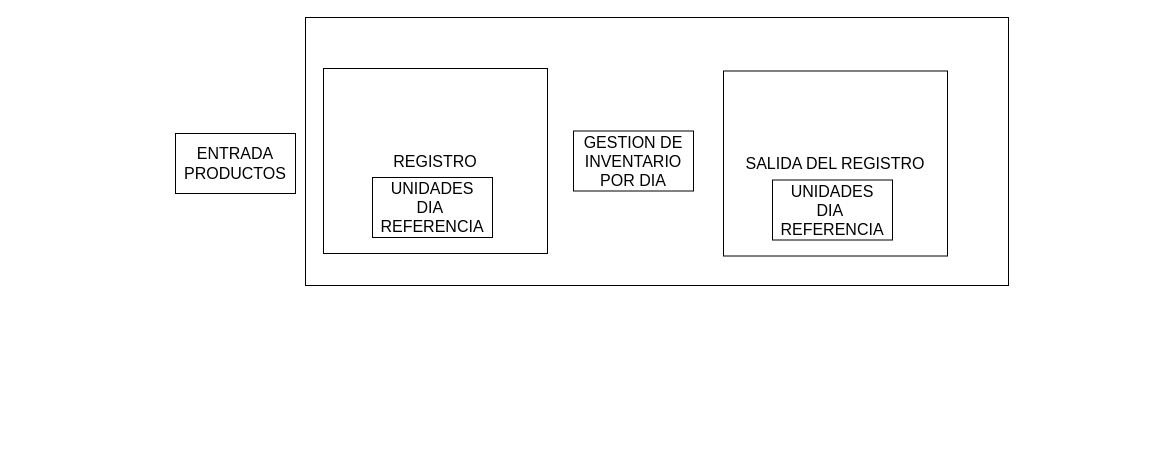
Above: page "Página-1" (1 of 2) of MODELOS DE SIMULACION.drawio in EstebanGitPro/AdminFinanazas (draw.io), before the change. Source tidied: cells renumbered, new cells numbered last; positions are measured from the earlier drawing's top-left corner, leaving out a move shared by most shapes. Both pictures are drawn from the tidied source at 100%, with x=0, y=0 at pixel (175, 17).
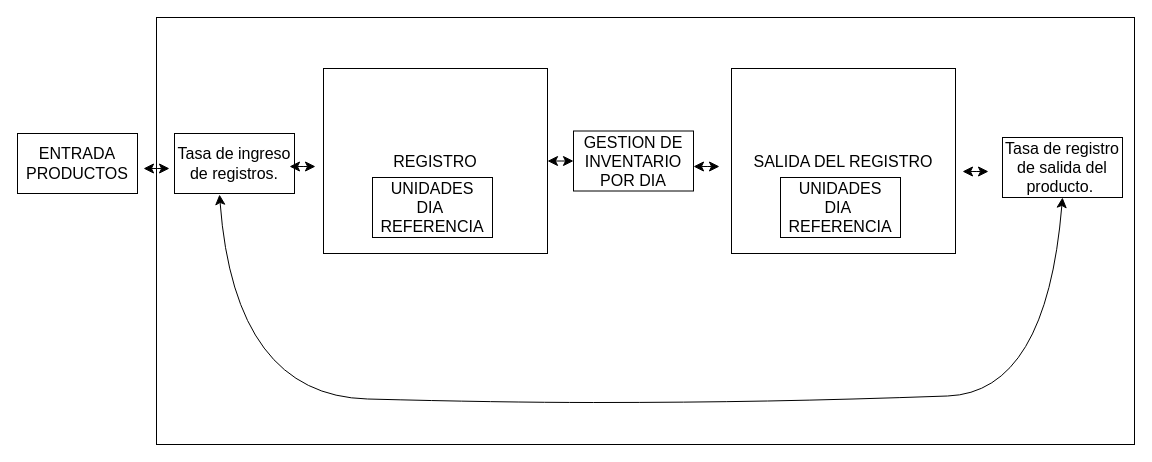
After the change.

Unchanged cells that the change refers to:
```xml
<mxCell id="4" value="REGISTRO" style="rounded=0;whiteSpace=wrap;html=1;fontSize=16;" parent="1" vertex="1">
  <mxGeometry x="148" y="51" width="224" height="185" as="geometry" />
</mxCell>
<mxCell id="6" value="GESTION DE INVENTARIO POR DIA" style="rounded=0;whiteSpace=wrap;html=1;fontSize=16;" parent="1" vertex="1">
  <mxGeometry x="398" y="113.5" width="120" height="60" as="geometry" />
</mxCell>
```

The edit, as a diff of the source:
```diff
@@
     <mxCell id="2" style="rounded=0;whiteSpace=wrap;html=1;fontSize=16;" parent="1" vertex="1">
-      <mxGeometry x="130" width="703" height="268" as="geometry" />
+      <mxGeometry x="-19" width="978" height="427" as="geometry" />
     </mxCell>
     <mxCell id="3" value="ENTRADA PRODUCTOS" style="rounded=0;whiteSpace=wrap;html=1;fontSize=16;" parent="1" vertex="1">
-      <mxGeometry y="116" width="120" height="60" as="geometry" />
+      <mxGeometry x="-158" y="116" width="120" height="60" as="geometry" />
     </mxCell>
@@
     <mxCell id="7" value="SALIDA DEL REGISTRO" style="rounded=0;whiteSpace=wrap;html=1;fontSize=16;" parent="1" vertex="1">
-      <mxGeometry x="548" y="53.5" width="224" height="185" as="geometry" />
+      <mxGeometry x="556" y="51" width="224" height="185" as="geometry" />
     </mxCell>
     <mxCell id="8" value="UNIDADES&lt;br&gt;DIA&amp;nbsp;&lt;br&gt;REFERENCIA" style="rounded=0;whiteSpace=wrap;html=1;fontSize=16;" parent="1" vertex="1">
-      <mxGeometry x="597" y="162.5" width="120" height="60" as="geometry" />
+      <mxGeometry x="605" y="160" width="120" height="60" as="geometry" />
     </mxCell>
+    <mxCell id="9" style="endArrow=classic;startArrow=classic;html=1;rounded=0;fontSize=12;startSize=8;endSize=8;curved=1;entryX=0;entryY=0.5;entryDx=0;entryDy=0;exitX=1;exitY=0.5;exitDx=0;exitDy=0;" parent="1" edge="1" source="4" target="6">
+      <mxGeometry relative="1" as="geometry" />
+    </mxCell>
+    <mxCell id="10" style="endArrow=classic;startArrow=classic;html=1;rounded=0;fontSize=12;startSize=8;endSize=8;curved=1;entryX=0;entryY=0.5;entryDx=0;entryDy=0;exitX=1;exitY=0.5;exitDx=0;exitDy=0;" parent="1" edge="1">
+      <mxGeometry relative="1" as="geometry">
+        <mxPoint x="518" y="149" as="sourcePoint" />
+        <mxPoint x="544" y="149" as="targetPoint" />
+      </mxGeometry>
+    </mxCell>
+    <mxCell id="11" value="Tasa de ingreso de registros." style="rounded=0;whiteSpace=wrap;html=1;fontSize=16;" parent="1" vertex="1">
+      <mxGeometry x="-1" y="116" width="120" height="60" as="geometry" />
+    </mxCell>
+    <mxCell id="12" style="endArrow=classic;startArrow=classic;html=1;rounded=0;fontSize=12;startSize=8;endSize=8;curved=1;entryX=0;entryY=0.5;entryDx=0;entryDy=0;exitX=1;exitY=0.5;exitDx=0;exitDy=0;" parent="1" edge="1">
+      <mxGeometry relative="1" as="geometry">
+        <mxPoint x="114" y="149" as="sourcePoint" />
+        <mxPoint x="140" y="149" as="targetPoint" />
+      </mxGeometry>
+    </mxCell>
+    <mxCell id="13" style="endArrow=classic;startArrow=classic;html=1;rounded=0;fontSize=12;startSize=8;endSize=8;curved=1;entryX=0;entryY=0.5;entryDx=0;entryDy=0;exitX=1;exitY=0.5;exitDx=0;exitDy=0;" parent="1" edge="1">
+      <mxGeometry relative="1" as="geometry">
+        <mxPoint x="-32" y="151" as="sourcePoint" />
+        <mxPoint x="-6" y="151" as="targetPoint" />
+      </mxGeometry>
+    </mxCell>
+    <mxCell id="14" style="edgeStyle=none;curved=1;rounded=0;orthogonalLoop=1;jettySize=auto;html=1;entryX=0;entryY=0.5;entryDx=0;entryDy=0;fontSize=12;startSize=8;endSize=8;" parent="1" edge="1" source="4" target="4">
+      <mxGeometry relative="1" as="geometry" />
+    </mxCell>
+    <mxCell id="15" style="endArrow=classic;startArrow=classic;html=1;rounded=0;fontSize=12;startSize=8;endSize=8;curved=1;entryX=0.5;entryY=1;entryDx=0;entryDy=0;exitX=0.375;exitY=1.017;exitDx=0;exitDy=0;exitPerimeter=0;" parent="1" edge="1" source="11" target="16">
+      <mxGeometry relative="1" as="geometry">
+        <Array as="points">
+          <mxPoint x="59" y="378" />
+          <mxPoint x="325" y="385" />
+          <mxPoint x="511" y="385" />
+          <mxPoint x="673" y="382" />
+          <mxPoint x="871" y="375" />
+        </Array>
+      </mxGeometry>
+    </mxCell>
+    <mxCell id="16" value="Tasa de registro de salida del producto.&amp;nbsp;" style="rounded=0;whiteSpace=wrap;html=1;fontSize=16;" parent="1" vertex="1">
+      <mxGeometry x="827" y="120" width="120" height="60" as="geometry" />
+    </mxCell>
+    <mxCell id="17" style="endArrow=classic;startArrow=classic;html=1;rounded=0;fontSize=12;startSize=8;endSize=8;curved=1;entryX=0;entryY=0.5;entryDx=0;entryDy=0;exitX=1;exitY=0.5;exitDx=0;exitDy=0;" parent="1" edge="1">
+      <mxGeometry relative="1" as="geometry">
+        <mxPoint x="787" y="154" as="sourcePoint" />
+        <mxPoint x="813" y="154" as="targetPoint" />
+      </mxGeometry>
+    </mxCell>
```
